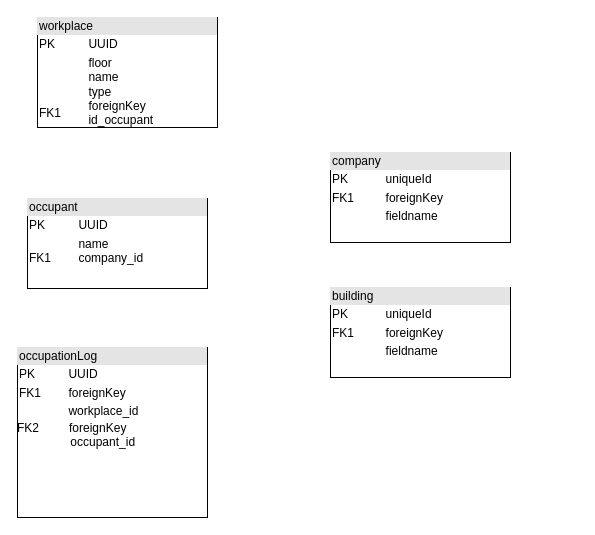
Before: workplace-reservation-service-erd.drawio in Hunkizzz/workplace-reservation-service-erd, a draw.io diagram. Source tidied: cells renumbered, new cells numbered last; positions are measured from the earlier drawing's top-left corner, leaving out a move shared by most shapes. Both pictures are drawn from the tidied source at 100%, with x=0, y=0 at pixel (17, 17).
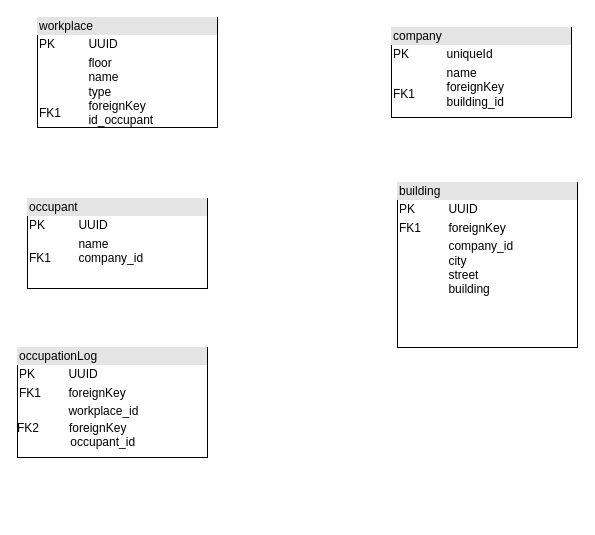
The same page after the edit.

Change to the diagram source:
```diff
@@
 <mxGraphModel background="#ffffff">
   <root>
     <mxCell id="0" />
     <mxCell id="1" parent="0" />
     <mxCell id="2" value="&lt;div style=&quot;box-sizing: border-box ; width: 100% ; background: #e4e4e4 ; padding: 2px&quot;&gt;workplace&lt;/div&gt;&lt;table style=&quot;width: 100% ; font-size: 1em&quot; cellpadding=&quot;2&quot; cellspacing=&quot;0&quot;&gt;&lt;tbody&gt;&lt;tr&gt;&lt;td&gt;PK&lt;/td&gt;&lt;td&gt;UUID&lt;/td&gt;&lt;/tr&gt;&lt;tr&gt;&lt;td&gt;&lt;br&gt;&lt;br&gt;&lt;br&gt;FK1&lt;/td&gt;&lt;td&gt;floor&lt;br&gt;name&lt;br&gt;type&lt;br&gt;foreignKey&lt;br&gt;id_occupant&lt;/td&gt;&lt;/tr&gt;&lt;/tbody&gt;&lt;/table&gt;" style="verticalAlign=top;align=left;overflow=fill;html=1;" parent="1" vertex="1">
       <mxGeometry x="20" width="180" height="110" as="geometry" />
     </mxCell>
     <mxCell id="3" value="Text" style="text;html=1;align=left;verticalAlign=top;spacingTop=-4;" parent="1" vertex="1">
       <mxGeometry x="424" y="300" width="40" height="20" as="geometry" />
     </mxCell>
     <mxCell id="4" value="&lt;div style=&quot;box-sizing: border-box ; width: 100% ; background: #e4e4e4 ; padding: 2px&quot;&gt;occupationLog&lt;/div&gt;&lt;table style=&quot;width: 100% ; font-size: 1em&quot; cellpadding=&quot;2&quot; cellspacing=&quot;0&quot;&gt;&lt;tbody&gt;&lt;tr&gt;&lt;td&gt;PK&lt;/td&gt;&lt;td&gt;UUID&lt;/td&gt;&lt;/tr&gt;&lt;tr&gt;&lt;td&gt;FK1&lt;/td&gt;&lt;td&gt;foreignKey&lt;/td&gt;&lt;/tr&gt;&lt;tr&gt;&lt;td&gt;&lt;/td&gt;&lt;td&gt;workplace_id&lt;br&gt;&lt;/td&gt;&lt;/tr&gt;&lt;/tbody&gt;&lt;/table&gt;FK2&amp;nbsp; &amp;nbsp; &amp;nbsp; &amp;nbsp; &amp;nbsp;foreignKey&lt;br&gt;&amp;nbsp; &amp;nbsp; &amp;nbsp; &amp;nbsp; &amp;nbsp; &amp;nbsp; &amp;nbsp; &amp;nbsp; occupant_id" style="verticalAlign=top;align=left;overflow=fill;html=1;" parent="1" vertex="1">
-      <mxGeometry y="330" width="190" height="170" as="geometry" />
+      <mxGeometry y="330" width="190" height="110" as="geometry" />
     </mxCell>
-    <mxCell id="5" value="&lt;div style=&quot;box-sizing: border-box ; width: 100% ; background: #e4e4e4 ; padding: 2px&quot;&gt;company&lt;/div&gt;&lt;table style=&quot;width: 100% ; font-size: 1em&quot; cellpadding=&quot;2&quot; cellspacing=&quot;0&quot;&gt;&lt;tbody&gt;&lt;tr&gt;&lt;td&gt;PK&lt;/td&gt;&lt;td&gt;uniqueId&lt;/td&gt;&lt;/tr&gt;&lt;tr&gt;&lt;td&gt;FK1&lt;/td&gt;&lt;td&gt;foreignKey&lt;/td&gt;&lt;/tr&gt;&lt;tr&gt;&lt;td&gt;&lt;/td&gt;&lt;td&gt;fieldname&lt;/td&gt;&lt;/tr&gt;&lt;/tbody&gt;&lt;/table&gt;" style="verticalAlign=top;align=left;overflow=fill;html=1;" parent="1" vertex="1">
-      <mxGeometry x="313" y="135" width="180" height="90" as="geometry" />
+    <mxCell id="5" value="&lt;div style=&quot;box-sizing: border-box ; width: 100% ; background: #e4e4e4 ; padding: 2px&quot;&gt;company&lt;/div&gt;&lt;table style=&quot;width: 100% ; font-size: 1em&quot; cellpadding=&quot;2&quot; cellspacing=&quot;0&quot;&gt;&lt;tbody&gt;&lt;tr&gt;&lt;td&gt;PK&lt;/td&gt;&lt;td&gt;uniqueId&lt;/td&gt;&lt;/tr&gt;&lt;tr&gt;&lt;td&gt;&lt;br&gt;FK1&lt;/td&gt;&lt;td&gt;name&lt;br&gt;foreignKey&lt;br&gt;building_id&lt;/td&gt;&lt;/tr&gt;&lt;/tbody&gt;&lt;/table&gt;" style="verticalAlign=top;align=left;overflow=fill;html=1;" parent="1" vertex="1">
+      <mxGeometry x="374" y="10" width="180" height="90" as="geometry" />
     </mxCell>
     <mxCell id="6" value="&lt;div style=&quot;box-sizing: border-box ; width: 100% ; background: #e4e4e4 ; padding: 2px&quot;&gt;occupant&lt;/div&gt;&lt;table style=&quot;width: 100% ; font-size: 1em&quot; cellpadding=&quot;2&quot; cellspacing=&quot;0&quot;&gt;&lt;tbody&gt;&lt;tr&gt;&lt;td&gt;PK&lt;/td&gt;&lt;td&gt;UUID&lt;/td&gt;&lt;/tr&gt;&lt;tr&gt;&lt;td&gt;&lt;br&gt;FK1&lt;/td&gt;&lt;td&gt;name&lt;br&gt;company_id&lt;br&gt;&lt;/td&gt;&lt;/tr&gt;&lt;/tbody&gt;&lt;/table&gt;" style="verticalAlign=top;align=left;overflow=fill;html=1;" parent="1" vertex="1">
       <mxGeometry x="10" y="181" width="180" height="90" as="geometry" />
     </mxCell>
-    <mxCell id="7" value="&lt;div style=&quot;box-sizing: border-box ; width: 100% ; background: #e4e4e4 ; padding: 2px&quot;&gt;building&lt;/div&gt;&lt;table style=&quot;width: 100% ; font-size: 1em&quot; cellpadding=&quot;2&quot; cellspacing=&quot;0&quot;&gt;&lt;tbody&gt;&lt;tr&gt;&lt;td&gt;PK&lt;/td&gt;&lt;td&gt;uniqueId&lt;/td&gt;&lt;/tr&gt;&lt;tr&gt;&lt;td&gt;FK1&lt;/td&gt;&lt;td&gt;foreignKey&lt;/td&gt;&lt;/tr&gt;&lt;tr&gt;&lt;td&gt;&lt;/td&gt;&lt;td&gt;fieldname&lt;/td&gt;&lt;/tr&gt;&lt;/tbody&gt;&lt;/table&gt;" style="verticalAlign=top;align=left;overflow=fill;html=1;" parent="1" vertex="1">
-      <mxGeometry x="313" y="270" width="180" height="90" as="geometry" />
+    <mxCell id="7" value="&lt;div style=&quot;box-sizing: border-box ; width: 100% ; background: #e4e4e4 ; padding: 2px&quot;&gt;building&lt;/div&gt;&lt;table style=&quot;width: 100% ; font-size: 1em&quot; cellpadding=&quot;2&quot; cellspacing=&quot;0&quot;&gt;&lt;tbody&gt;&lt;tr&gt;&lt;td&gt;PK&lt;/td&gt;&lt;td&gt;UUID&lt;/td&gt;&lt;/tr&gt;&lt;tr&gt;&lt;td&gt;FK1&lt;/td&gt;&lt;td&gt;foreignKey&lt;/td&gt;&lt;/tr&gt;&lt;tr&gt;&lt;td&gt;&lt;br&gt;&lt;br&gt;&lt;/td&gt;&lt;td&gt;company_id&lt;br&gt;city&lt;br&gt;street&lt;br&gt;building&lt;/td&gt;&lt;/tr&gt;&lt;/tbody&gt;&lt;/table&gt;" style="verticalAlign=top;align=left;overflow=fill;html=1;" parent="1" vertex="1">
+      <mxGeometry x="380" y="165" width="180" height="165" as="geometry" />
     </mxCell>
   </root>
 </mxGraphModel>
```
